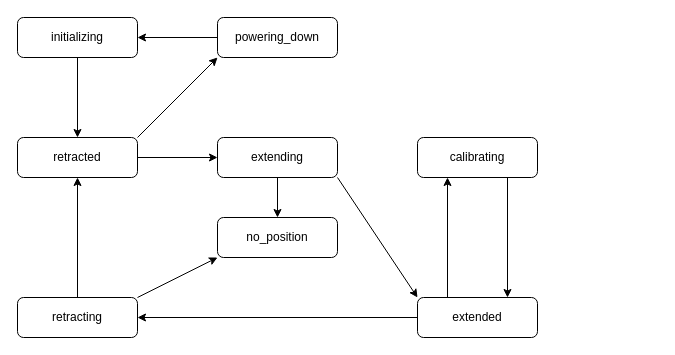
Earlier version of the draw.io diagram doc/states.drawio (laanovd/EBC-Retractable). Source tidied: cells renumbered, new cells numbered last; positions are measured from the earlier drawing's top-left corner, leaving out a move shared by most shapes. Both pictures are drawn from the tidied source at 100%, with x=0, y=0 at pixel (17, 17).
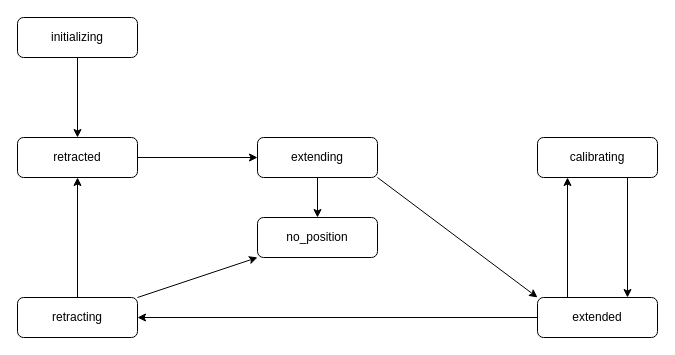
Above is the later version.

Unchanged cells that the change refers to:
```xml
<mxCell id="4" value="retracted" style="rounded=1;whiteSpace=wrap;html=1;" parent="1" vertex="1">
  <mxGeometry y="120" width="120" height="40" as="geometry" />
</mxCell>
<mxCell id="15" value="initializing" style="rounded=1;whiteSpace=wrap;html=1;" parent="1" vertex="1">
  <mxGeometry width="120" height="40" as="geometry" />
</mxCell>
```

The edit, as a diff of the source:
```diff
@@
-    <mxCell id="3" style="edgeStyle=none;html=1;exitX=1;exitY=0;exitDx=0;exitDy=0;entryX=0;entryY=1;entryDx=0;entryDy=0;" parent="1" edge="1" source="4" target="20">
-      <mxGeometry relative="1" as="geometry" />
-    </mxCell>
@@
     <mxCell id="10" value="extending" style="rounded=1;whiteSpace=wrap;html=1;" parent="1" vertex="1">
-      <mxGeometry x="200" y="120" width="120" height="40" as="geometry" />
+      <mxGeometry x="240" y="120" width="120" height="40" as="geometry" />
     </mxCell>
@@
     <mxCell id="13" value="extended" style="rounded=1;whiteSpace=wrap;html=1;" parent="1" vertex="1">
-      <mxGeometry x="400" y="280" width="120" height="40" as="geometry" />
+      <mxGeometry x="520" y="280" width="120" height="40" as="geometry" />
     </mxCell>
@@
     <mxCell id="17" value="calibrating" style="rounded=1;whiteSpace=wrap;html=1;" parent="1" vertex="1">
-      <mxGeometry x="400" y="120" width="120" height="40" as="geometry" />
+      <mxGeometry x="520" y="120" width="120" height="40" as="geometry" />
     </mxCell>
     <mxCell id="18" value="no_position" style="rounded=1;whiteSpace=wrap;html=1;" parent="1" vertex="1">
-      <mxGeometry x="200" y="200" width="120" height="40" as="geometry" />
+      <mxGeometry x="240" y="200" width="120" height="40" as="geometry" />
     </mxCell>
-    <mxCell id="19" style="edgeStyle=none;html=1;exitX=0;exitY=0.5;exitDx=0;exitDy=0;" parent="1" edge="1" source="20" target="15">
-      <mxGeometry relative="1" as="geometry" />
-    </mxCell>
-    <mxCell id="20" value="powering_down" style="rounded=1;whiteSpace=wrap;html=1;" parent="1" vertex="1">
-      <mxGeometry x="200" width="120" height="40" as="geometry" />
-    </mxCell>
```
